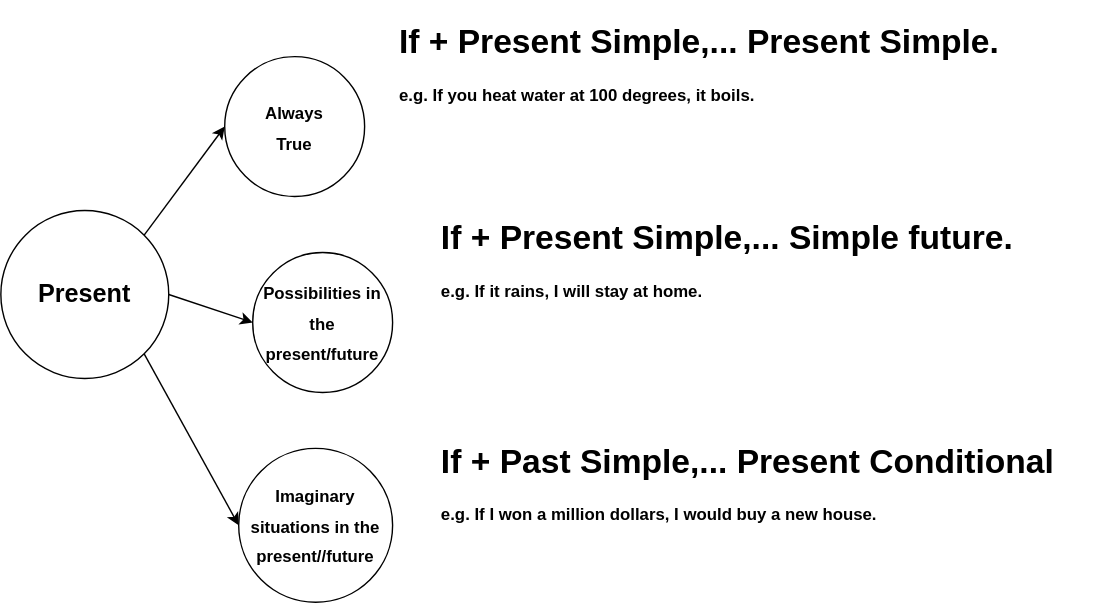
Earlier version of the draw.io export Conditionals.svg (mrhtetaunglinn2003/eng_notes). Source tidied: cells renumbered, new cells last; positions are measured from the earlier drawing's top-left corner, leaving out a move shared by most shapes.
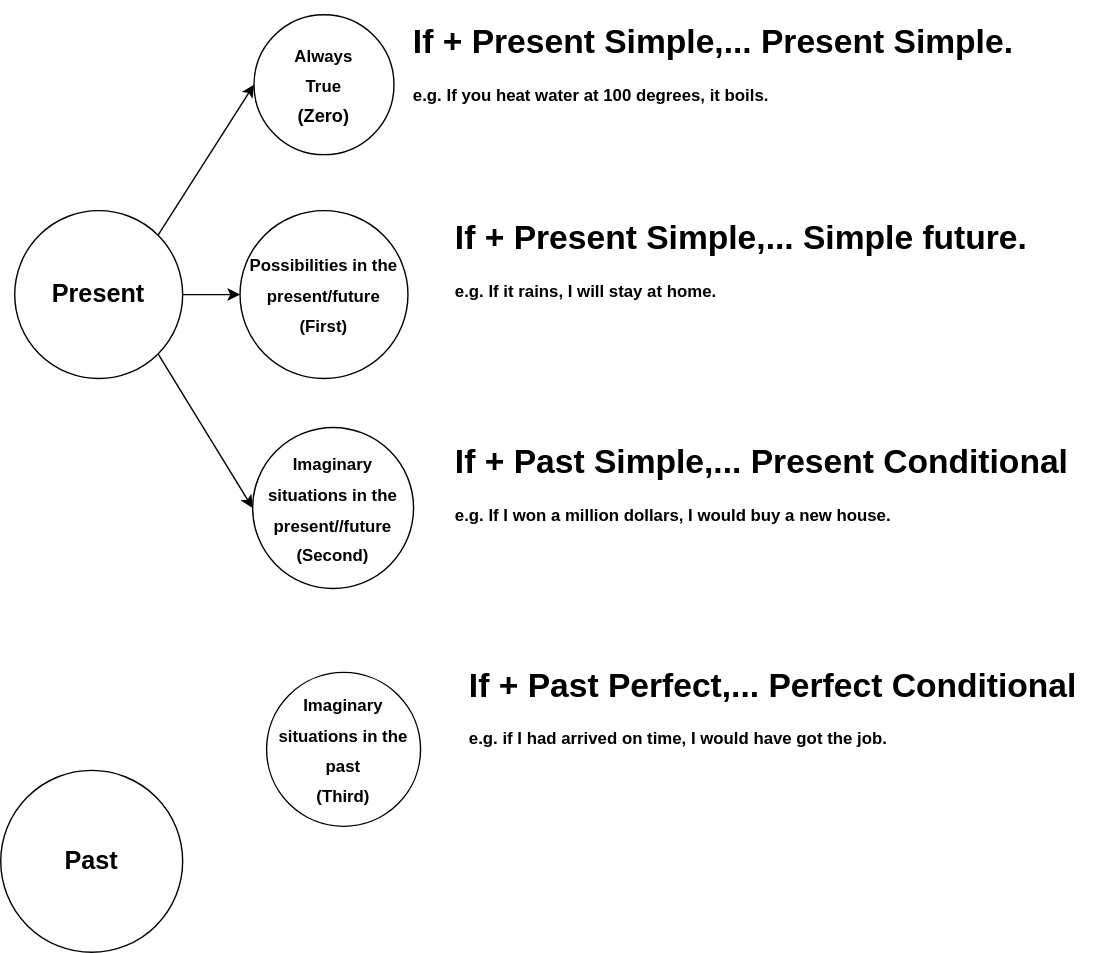
The same file after the commit.

The edit, as a diff of the source:
```diff
@@ -5,14 +5,14 @@
     <mxCell id="2" value="&lt;font style=&quot;font-size: 18px;&quot;&gt;&lt;b&gt;Present&lt;/b&gt;&lt;/font&gt;" style="ellipse;whiteSpace=wrap;html=1;" parent="1" vertex="1">
       <mxGeometry y="140" width="120" height="120" as="geometry" />
     </mxCell>
-    <mxCell id="3" value="&lt;b&gt;&lt;font style=&quot;font-size: 12px;&quot;&gt;Always&lt;br&gt;True&lt;/font&gt;&lt;/b&gt;" style="ellipse;whiteSpace=wrap;html=1;fontSize=18;" parent="1" vertex="1">
-      <mxGeometry x="160" y="30" width="100" height="100" as="geometry" />
+    <mxCell id="3" value="&lt;b&gt;&lt;font style=&quot;font-size: 12px;&quot;&gt;Always&lt;br&gt;True&lt;/font&gt;&lt;/b&gt;&lt;br&gt;&lt;b&gt;&lt;font style=&quot;font-size: 13px;&quot;&gt;(Zero)&lt;/font&gt;&lt;/b&gt;" style="ellipse;whiteSpace=wrap;html=1;fontSize=18;" parent="1" vertex="1">
+      <mxGeometry x="171" width="100" height="100" as="geometry" />
     </mxCell>
-    <mxCell id="4" value="&lt;b&gt;&lt;font style=&quot;font-size: 12px;&quot;&gt;Imaginary situations in the present//future&lt;br&gt;&lt;/font&gt;&lt;/b&gt;" style="ellipse;whiteSpace=wrap;html=1;fontSize=18;" parent="1" vertex="1">
-      <mxGeometry x="170" y="310" width="110" height="110" as="geometry" />
+    <mxCell id="4" value="&lt;div&gt;&lt;b&gt;&lt;font style=&quot;font-size: 12px;&quot;&gt;Imaginary situations in the present//future&lt;br&gt;&lt;/font&gt;&lt;/b&gt;&lt;/div&gt;&lt;div&gt;&lt;b&gt;&lt;font style=&quot;font-size: 12px;&quot;&gt;(Second)&lt;br&gt;&lt;/font&gt;&lt;/b&gt;&lt;/div&gt;" style="ellipse;whiteSpace=wrap;html=1;fontSize=18;" parent="1" vertex="1">
+      <mxGeometry x="170" y="295" width="115" height="115" as="geometry" />
     </mxCell>
-    <mxCell id="5" value="&lt;b&gt;&lt;font style=&quot;font-size: 12px;&quot;&gt;Possibilities in the present/future&lt;br&gt;&lt;/font&gt;&lt;/b&gt;" style="ellipse;whiteSpace=wrap;html=1;fontSize=18;" parent="1" vertex="1">
-      <mxGeometry x="180" y="170" width="100" height="100" as="geometry" />
+    <mxCell id="5" value="&lt;div&gt;&lt;b&gt;&lt;font style=&quot;font-size: 12px;&quot;&gt;Possibilities in the present/future&lt;br&gt;&lt;/font&gt;&lt;/b&gt;&lt;/div&gt;&lt;div&gt;&lt;b&gt;&lt;font style=&quot;font-size: 12px;&quot;&gt;(First)&lt;br&gt;&lt;/font&gt;&lt;/b&gt;&lt;/div&gt;" style="ellipse;whiteSpace=wrap;html=1;fontSize=18;" parent="1" vertex="1">
+      <mxGeometry x="161" y="140" width="120" height="120" as="geometry" />
     </mxCell>
     <mxCell id="6" style="endArrow=classic;html=1;rounded=0;fontSize=12;entryX=0;entryY=0.5;entryDx=0;entryDy=0;exitX=1;exitY=0;exitDx=0;exitDy=0;" parent="1" edge="1" source="2" target="3">
       <mxGeometry relative="1" as="geometry" />
@@ -32,5 +32,14 @@
     <mxCell id="11" style="endArrow=classic;html=1;rounded=0;fontSize=12;entryX=0;entryY=0.5;entryDx=0;entryDy=0;exitX=1;exitY=1;exitDx=0;exitDy=0;" parent="1" edge="1" source="2" target="4">
       <mxGeometry relative="1" as="geometry" />
     </mxCell>
+    <mxCell id="12" value="&lt;b&gt;&lt;font style=&quot;font-size: 18px;&quot;&gt;Past&lt;/font&gt;&lt;/b&gt;" style="ellipse;whiteSpace=wrap;html=1;fontSize=13;" parent="1" vertex="1">
+      <mxGeometry x="-10" y="540" width="130" height="130" as="geometry" />
+    </mxCell>
+    <mxCell id="13" value="&lt;b&gt;&lt;font style=&quot;font-size: 12px;&quot;&gt;Imaginary situations in the past&lt;br&gt;(Third)&lt;br&gt;&lt;/font&gt;&lt;/b&gt;" style="ellipse;whiteSpace=wrap;html=1;fontSize=18;" parent="1" vertex="1">
+      <mxGeometry x="180" y="470" width="110" height="110" as="geometry" />
+    </mxCell>
+    <mxCell id="14" value="&lt;h1&gt;If + Past Perfect,... Perfect Conditional&lt;br&gt;&lt;/h1&gt;&lt;p&gt;&lt;b&gt;e.g. if I had arrived on time, I would have got the job.&lt;/b&gt;&lt;br&gt;&lt;/p&gt;" style="text;html=1;strokeColor=none;fillColor=none;spacing=5;spacingTop=-20;whiteSpace=wrap;overflow=hidden;rounded=0;fontSize=12;" parent="1" vertex="1">
+      <mxGeometry x="320" y="460" width="450" height="120" as="geometry" />
+    </mxCell>
   </root>
 </mxGraphModel>
```
